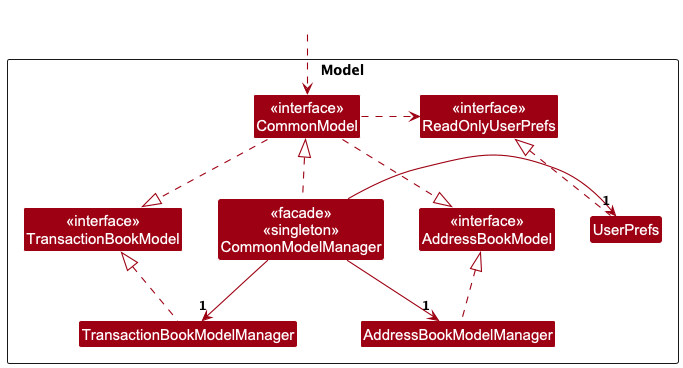
This is docs/images/CommonModelClassDiagram.png from nus-cs2103-AY2425S1/tp, a PlantUML export, as it was before one commit.
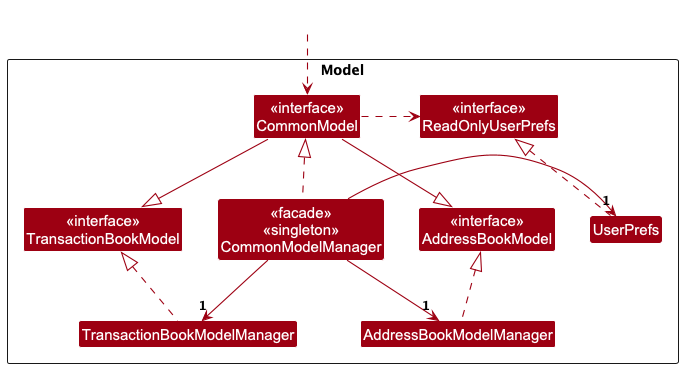
The same diagram one commit later.

Commit message:
Update common model to use solid arrow

The edit, as a diff of the source:
```diff
@@ -20,8 +20,8 @@
 
 AbModelManager .up.|> AbModel
 TbModelManager .up.|> TbModel
-Model .down.|> AbModel
-Model .down.|> TbModel
+Model -down-|> AbModel
+Model -down-|> TbModel
 
 Class HiddenOutside #FFFFFF
 HiddenOutside .down.> Model
```
